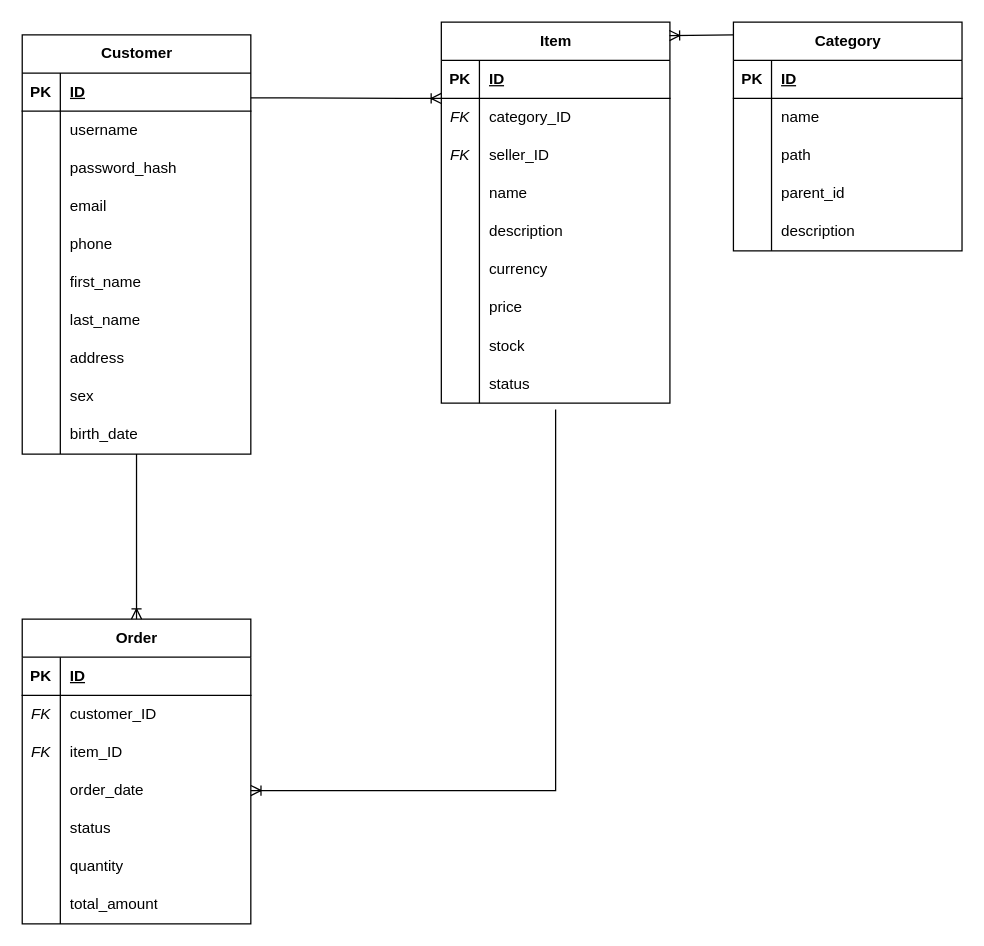
AgusArdizzone/ML-Challenge-SQL keeps this draw.io diagram as Diagrama ecommerce.drawio. Above is the earlier version. Source tidied: cells renumbered, new cells numbered last; positions are measured from the earlier drawing's top-left corner, leaving out a move shared by most shapes. Both pictures are drawn from the tidied source at 127%, with x=0, y=0 at pixel (22, 22).
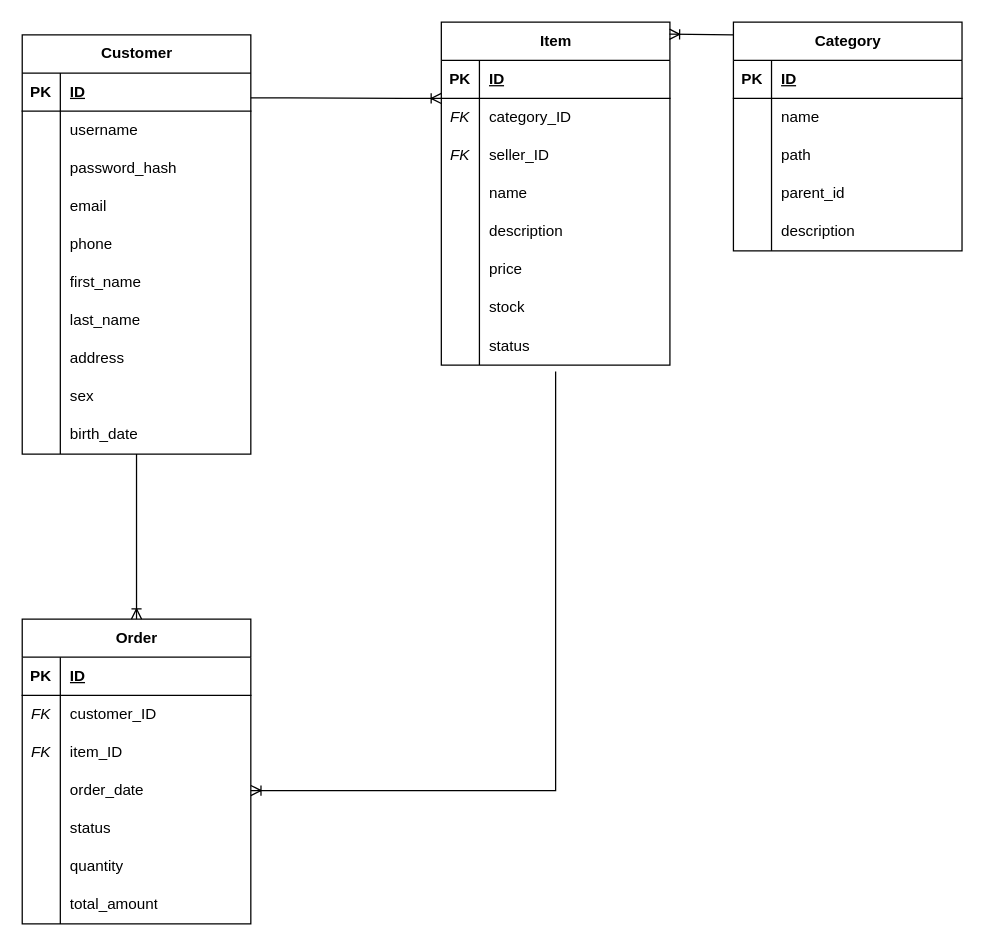
After the change.

Commit message (it also covers changes not shown here):
se elimina campo "currency" en tabla item

The edit, as a diff of the source:
```diff
@@
     <mxCell id="33" value="Item" style="shape=table;startSize=30;childLayout=tableLayout;rowLines=0;fontStyle=1;align=center;html=1;" parent="1" vertex="1">
-      <mxGeometry x="330" width="180" height="300" as="geometry" />
+      <mxGeometry x="330" width="180" height="270" as="geometry" />
     </mxCell>
@@
-    <mxCell id="49" style="shape=tableRow;horizontal=0;startSize=0;swimlaneHead=0;swimlaneBody=0;fillColor=none;top=0;left=0;right=0;bottom=0;" parent="33" vertex="1">
-      <mxGeometry y="180" width="180" height="30" as="geometry" />
-    </mxCell>
-    <mxCell id="50" style="shape=partialRectangle;fillColor=none;top=0;left=0;bottom=0;right=0;overflow=hidden;whiteSpace=wrap;html=1;" parent="49" vertex="1">
-      <mxGeometry width="30" height="30" as="geometry" />
-    </mxCell>
-    <mxCell id="51" value="currency" style="shape=partialRectangle;fillColor=none;top=0;left=0;bottom=0;right=0;align=left;spacingLeft=6;overflow=hidden;whiteSpace=wrap;html=1;" parent="49" vertex="1">
-      <mxGeometry x="30" width="150" height="30" as="geometry" />
-    </mxCell>
     <mxCell id="52" style="shape=tableRow;horizontal=0;startSize=0;swimlaneHead=0;swimlaneBody=0;fillColor=none;top=0;left=0;right=0;bottom=0;" parent="33" vertex="1">
-      <mxGeometry y="210" width="180" height="30" as="geometry" />
+      <mxGeometry y="180" width="180" height="30" as="geometry" />
     </mxCell>
@@
     <mxCell id="55" style="shape=tableRow;horizontal=0;startSize=0;swimlaneHead=0;swimlaneBody=0;fillColor=none;top=0;left=0;right=0;bottom=0;" parent="33" vertex="1">
-      <mxGeometry y="240" width="180" height="30" as="geometry" />
+      <mxGeometry y="210" width="180" height="30" as="geometry" />
     </mxCell>
@@
     <mxCell id="58" style="shape=tableRow;horizontal=0;startSize=0;swimlaneHead=0;swimlaneBody=0;fillColor=none;points=[[0,0.5],[1,0.5]];portConstraint=eastwest;top=0;left=0;right=0;bottom=0;" parent="33" vertex="1">
-      <mxGeometry y="270" width="180" height="30" as="geometry" />
+      <mxGeometry y="240" width="180" height="30" as="geometry" />
     </mxCell>
```
